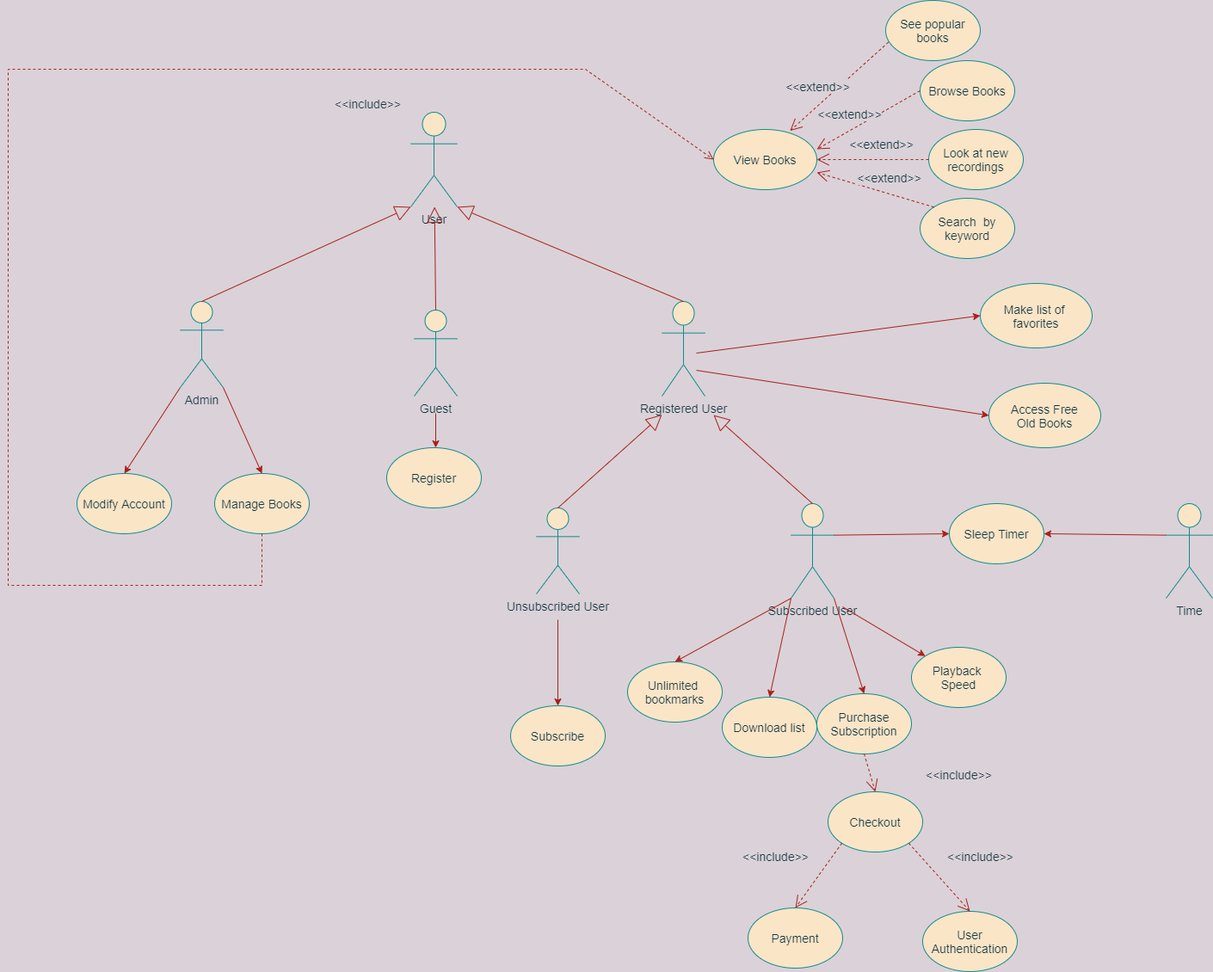
Before: UseCase Diagram.drawio.png, a diagram exported from draw.io (omgits0mar/Audio_Book_System-SAAD). Source tidied: cells renumbered, new cells last; positions are measured from the earlier drawing's top-left corner, leaving out a move shared by most shapes.
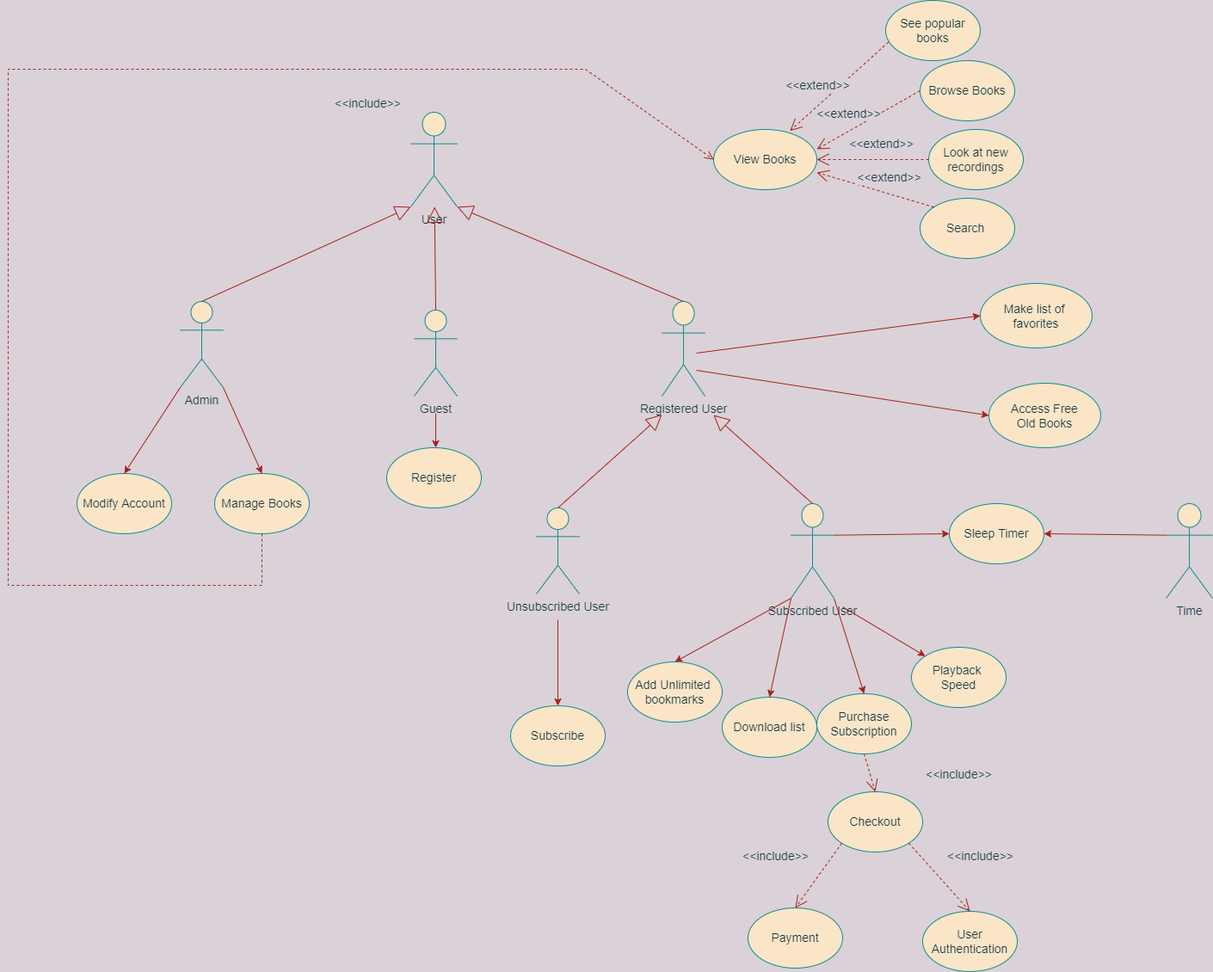
Above is the later version.

The edit, as a diff of the source:
```diff
@@ -71,7 +71,7 @@
     <mxCell id="21" style="edgeStyle=orthogonalEdgeStyle;rounded=0;orthogonalLoop=1;jettySize=auto;html=1;exitX=0.5;exitY=1;exitDx=0;exitDy=0;fontSize=14;labelBackgroundColor=#DAD2D8;strokeColor=#A8201A;fontColor=#143642;" parent="1" edge="1" source="19" target="19">
       <mxGeometry relative="1" as="geometry" />
     </mxCell>
-    <mxCell id="22" value="Search&amp;nbsp; by keyword" style="ellipse;whiteSpace=wrap;html=1;fontSize=14;fillColor=#FAE5C7;strokeColor=#0F8B8D;fontColor=#143642;" parent="1" vertex="1">
+    <mxCell id="22" value="Search&amp;nbsp;" style="ellipse;whiteSpace=wrap;html=1;fontSize=14;fillColor=#FAE5C7;strokeColor=#0F8B8D;fontColor=#143642;" parent="1" vertex="1">
       <mxGeometry x="1060" y="230" width="110" height="70" as="geometry" />
     </mxCell>
     <mxCell id="23" value="&amp;lt;&amp;lt;extend&amp;gt;&amp;gt;" style="endArrow=open;endSize=12;dashed=1;html=1;rounded=0;exitX=0;exitY=0;exitDx=0;exitDy=0;fontSize=14;labelBackgroundColor=#DAD2D8;strokeColor=#A8201A;fontColor=#143642;" parent="1" edge="1" source="22">
@@ -105,7 +105,7 @@
     <mxCell id="31" style="endArrow=classic;html=1;rounded=0;fontSize=14;labelBackgroundColor=#DAD2D8;strokeColor=#A8201A;fontColor=#143642;entryX=0.5;entryY=0;entryDx=0;entryDy=0;exitX=0;exitY=1;exitDx=0;exitDy=0;exitPerimeter=0;" parent="1" edge="1" source="8" target="32">
       <mxGeometry relative="1" as="geometry" />
     </mxCell>
-    <mxCell id="32" value="Unlimited &lt;br&gt;bookmarks" style="ellipse;whiteSpace=wrap;html=1;fontSize=14;fillColor=#FAE5C7;strokeColor=#0F8B8D;fontColor=#143642;" parent="1" vertex="1">
+    <mxCell id="32" value="Add Unlimited &lt;br&gt;bookmarks" style="ellipse;whiteSpace=wrap;html=1;fontSize=14;fillColor=#FAE5C7;strokeColor=#0F8B8D;fontColor=#143642;" parent="1" vertex="1">
       <mxGeometry x="720" y="769" width="110" height="70" as="geometry" />
     </mxCell>
     <mxCell id="33" style="endArrow=open;endSize=12;dashed=1;html=1;rounded=0;fontSize=14;exitX=0.5;exitY=1;exitDx=0;exitDy=0;entryX=0.5;entryY=0;entryDx=0;entryDy=0;labelBackgroundColor=#DAD2D8;strokeColor=#A8201A;fontColor=#143642;" parent="1" edge="1" source="29" target="35">
```
